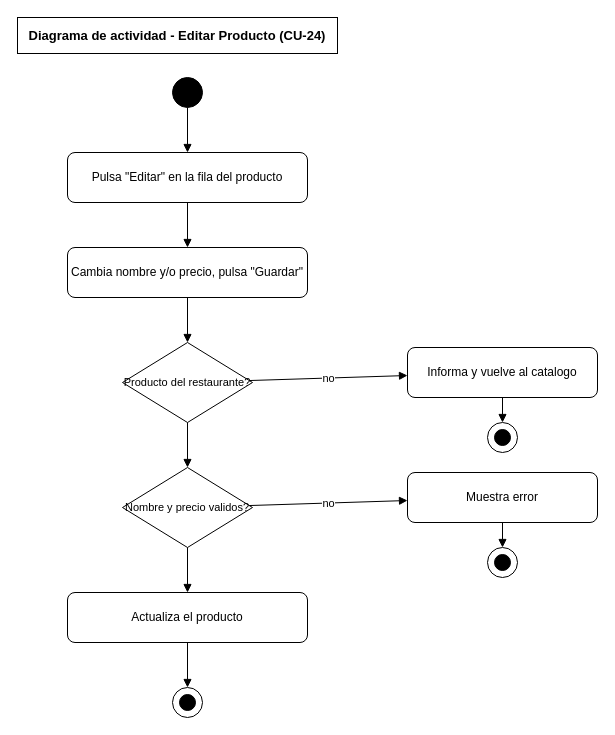
Before: docs/diagramas-actividad/CU-24-actividad.drawio in Zarcooh/big-royal-saas, a draw.io diagram. Source tidied: cells renumbered, new cells numbered last; positions are measured from the earlier drawing's top-left corner, leaving out a move shared by most shapes. Both pictures are drawn from the tidied source at 100%, with x=0, y=0 at pixel (17, 17).
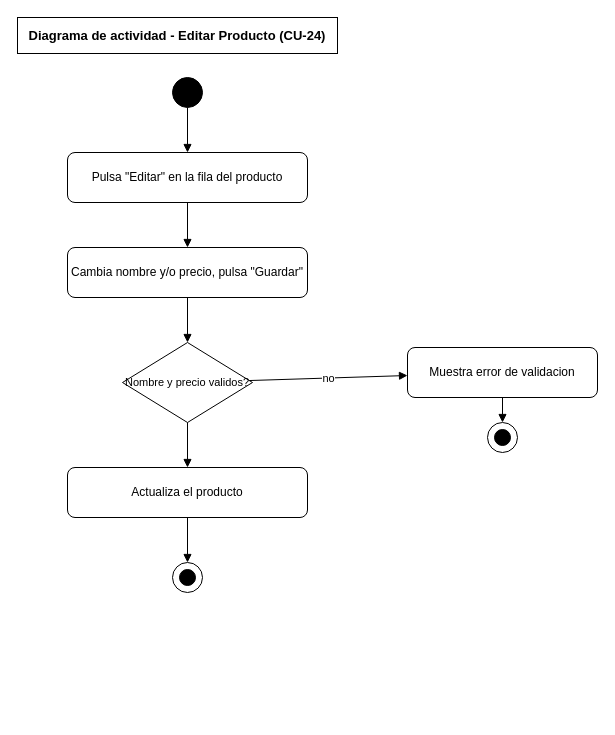
The same page after the edit.

Commit message (it also covers changes not shown here):
fix(docs): revision detallada de CU-22..25 (Productos)

- CU-22: corrige etiqueta "modulo Recetas" -> "modulo Productos" en el informe.
- CU-24: quita del diagrama de actividad la decision "Producto del
  restaurante?" (salvaguarda estructural: se edita desde la fila del propio
  producto). En el informe se marca su alterno 2.1 como (Salvaguarda) y se
  aclara que la validacion de nombre/precio es del servidor (el min/required
  del form solo la previene en el navegador).
- CU-23 y CU-25 quedaron correctos (validaciones y checks reales).

Change to the diagram source:
```diff
@@
-    <mxCell id="8" value="Producto del restaurante?" style="rhombus;whiteSpace=wrap;html=1;fontSize=11;" parent="1" vertex="1">
+    <mxCell id="8" value="Nombre y precio validos?" style="rhombus;whiteSpace=wrap;html=1;fontSize=11;" parent="1" vertex="1">
       <mxGeometry x="105" y="325" width="130" height="80" as="geometry" />
     </mxCell>
-    <mxCell id="9" value="Informa y vuelve al catalogo" style="rounded=1;whiteSpace=wrap;html=1;fontSize=12;" parent="1" vertex="1">
+    <mxCell id="9" value="Muestra error de validacion" style="rounded=1;whiteSpace=wrap;html=1;fontSize=12;" parent="1" vertex="1">
       <mxGeometry x="390" y="330" width="190" height="50" as="geometry" />
     </mxCell>
@@
-    <mxCell id="15" value="Nombre y precio validos?" style="rhombus;whiteSpace=wrap;html=1;fontSize=11;" parent="1" vertex="1">
-      <mxGeometry x="105" y="450" width="130" height="80" as="geometry" />
+    <mxCell id="15" value="Actualiza el producto" style="rounded=1;whiteSpace=wrap;html=1;fontSize=12;" parent="1" vertex="1">
+      <mxGeometry x="50" y="450" width="240" height="50" as="geometry" />
     </mxCell>
-    <mxCell id="16" value="Muestra error" style="rounded=1;whiteSpace=wrap;html=1;fontSize=12;" parent="1" vertex="1">
-      <mxGeometry x="390" y="455" width="190" height="50" as="geometry" />
-    </mxCell>
-    <mxCell id="17" value="no" style="endArrow=block;html=1;rounded=0;" parent="1" edge="1" source="15" target="16">
+    <mxCell id="17" style="endArrow=block;html=1;rounded=0;" parent="1" edge="1" source="8" target="15">
       <mxGeometry relative="1" as="geometry" />
     </mxCell>
-    <mxCell id="18" style="ellipse;fillColor=none;strokeColor=#000000;" parent="1" vertex="1">
-      <mxGeometry x="470" y="530" width="30" height="30" as="geometry" />
-    </mxCell>
-    <mxCell id="19" style="ellipse;fillColor=#000000;strokeColor=#000000;" parent="1" vertex="1">
-      <mxGeometry x="477" y="537" width="16" height="16" as="geometry" />
-    </mxCell>
+    <mxCell id="22" style="ellipse;fillColor=none;strokeColor=#000000;" parent="1" vertex="1">
+      <mxGeometry x="155" y="545" width="30" height="30" as="geometry" />
+    </mxCell>
+    <mxCell id="27" style="ellipse;fillColor=#000000;strokeColor=#000000;" parent="1" vertex="1">
+      <mxGeometry x="162" y="552" width="16" height="16" as="geometry" />
+    </mxCell>
-    <mxCell id="20" style="endArrow=block;html=1;rounded=0;" parent="1" edge="1" source="16" target="18">
+    <mxCell id="20" style="endArrow=block;html=1;rounded=0;" parent="1" edge="1" source="15" target="22">
       <mxGeometry relative="1" as="geometry" />
     </mxCell>
-    <mxCell id="21" style="endArrow=block;html=1;rounded=0;" parent="1" edge="1" source="8" target="15">
-      <mxGeometry relative="1" as="geometry" />
-    </mxCell>
-    <mxCell id="22" value="Actualiza el producto" style="rounded=1;whiteSpace=wrap;html=1;fontSize=12;" parent="1" vertex="1">
-      <mxGeometry x="50" y="575" width="240" height="50" as="geometry" />
-    </mxCell>
-    <mxCell id="23" style="endArrow=block;html=1;rounded=0;" parent="1" edge="1" source="15" target="22">
-      <mxGeometry relative="1" as="geometry" />
-    </mxCell>
-    <mxCell id="24" style="ellipse;fillColor=none;strokeColor=#000000;" parent="1" vertex="1">
-      <mxGeometry x="155" y="670" width="30" height="30" as="geometry" />
-    </mxCell>
-    <mxCell id="25" style="ellipse;fillColor=#000000;strokeColor=#000000;" parent="1" vertex="1">
-      <mxGeometry x="162" y="677" width="16" height="16" as="geometry" />
-    </mxCell>
-    <mxCell id="26" style="endArrow=block;html=1;rounded=0;" parent="1" edge="1" source="22" target="24">
-      <mxGeometry relative="1" as="geometry" />
-    </mxCell>
```
